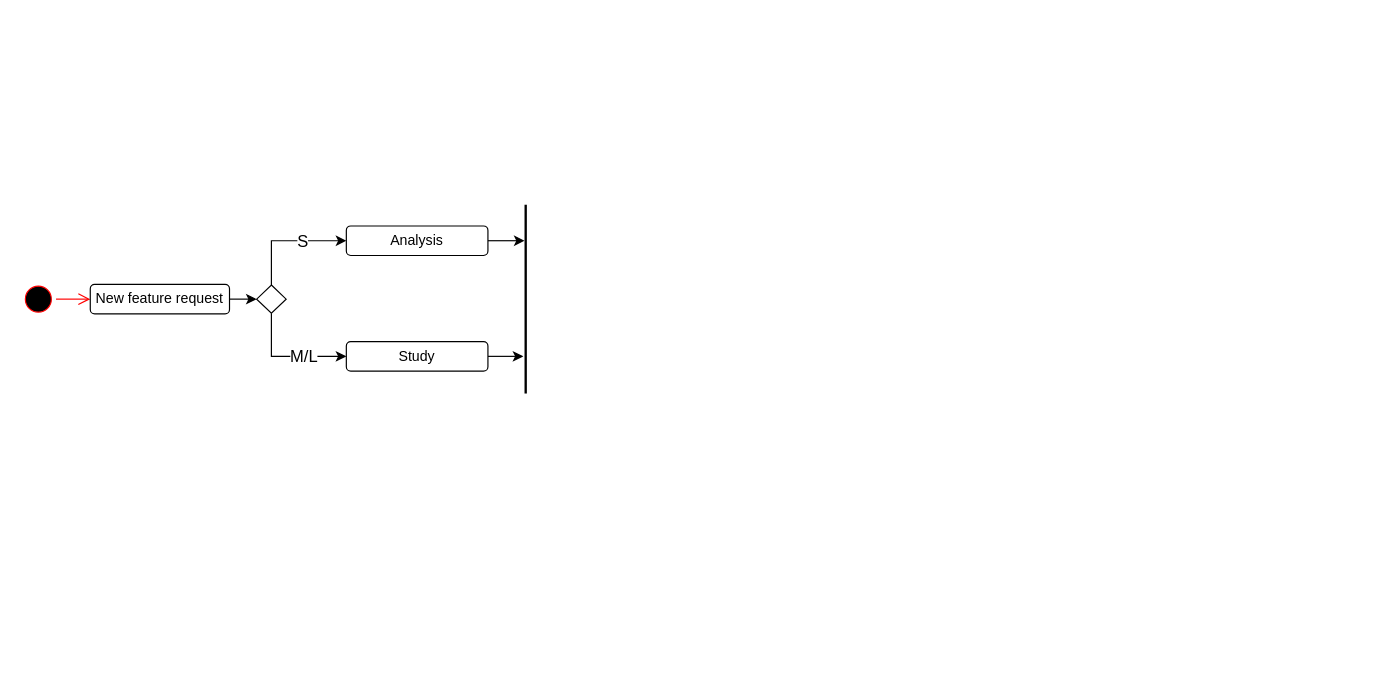
Above: aat_feat_dev.drawio in tamask1s/testrepo (draw.io), before the change. Source tidied: cells renumbered, new cells numbered last; positions are measured from the earlier drawing's top-left corner, leaving out a move shared by most shapes. Both pictures are drawn from the tidied source at 118%, with x=0, y=0 at pixel (20, 204).
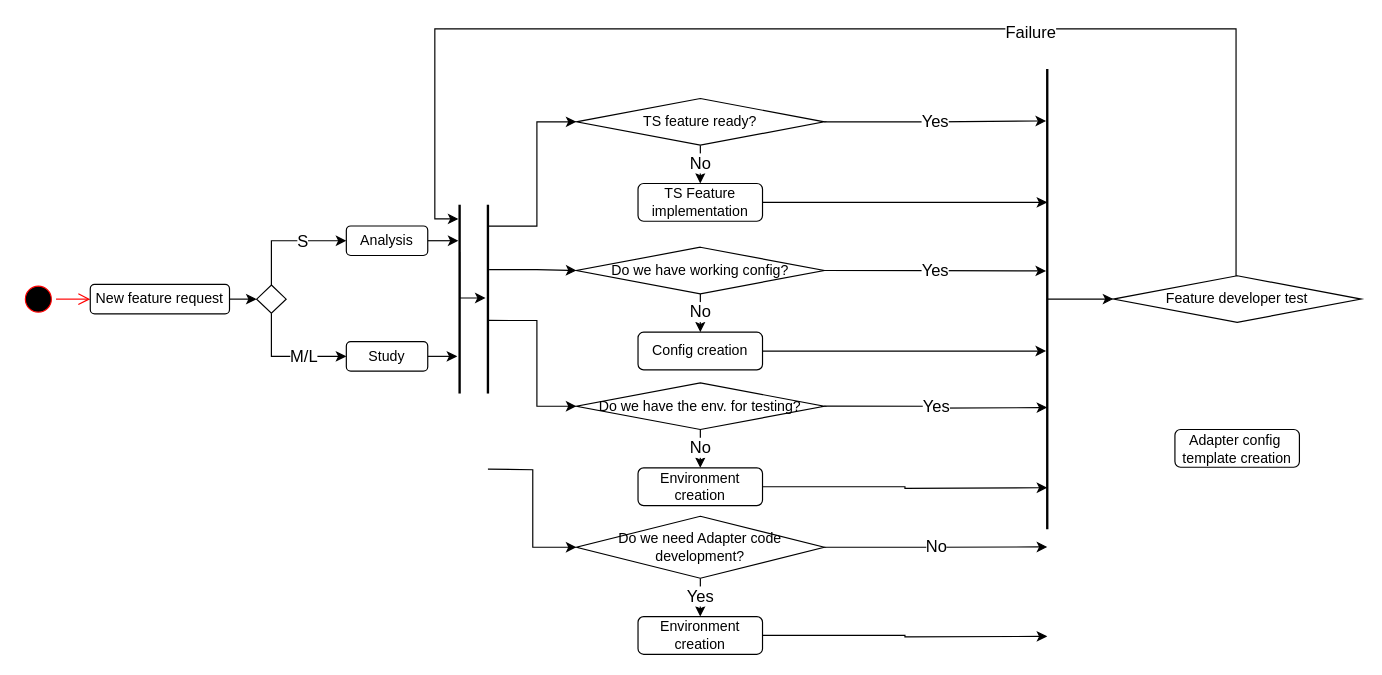
After the change.

The edit, as a diff of the source:
```diff
@@
     <mxCell id="7" value="Analysis" style="rounded=1;whiteSpace=wrap;html=1;" parent="1" vertex="1">
-      <mxGeometry x="276" y="18" width="120" height="25" as="geometry" />
+      <mxGeometry x="276" y="18" width="69" height="25" as="geometry" />
     </mxCell>
@@
     <mxCell id="9" value="Study" style="rounded=1;whiteSpace=wrap;html=1;" parent="1" vertex="1">
-      <mxGeometry x="276" y="116" width="120" height="25" as="geometry" />
+      <mxGeometry x="276" y="116" width="69" height="25" as="geometry" />
     </mxCell>
@@
+    <mxCell id="16" style="edgeStyle=orthogonalEdgeStyle;rounded=0;jettySize=auto;html=1;exitX=0.25;exitY=0.5;exitDx=0;exitDy=0;exitPerimeter=0;entryX=0.494;entryY=0.625;entryDx=0;entryDy=0;entryPerimeter=0;" parent="1" edge="1" source="15" target="22">
+      <mxGeometry relative="1" as="geometry">
+        <Array as="points">
+          <mxPoint x="372" y="79" />
+        </Array>
+      </mxGeometry>
+    </mxCell>
     <mxCell id="15" style="line;strokeWidth=2;direction=south;html=1;fontSize=14;" parent="1" vertex="1">
-      <mxGeometry x="423" width="10" height="160" as="geometry" />
+      <mxGeometry x="367" width="10" height="160" as="geometry" />
     </mxCell>
+    <mxCell id="17" style="edgeStyle=orthogonalEdgeStyle;rounded=0;jettySize=auto;html=1;entryX=0;entryY=0.5;entryDx=0;entryDy=0;exitX=0.113;exitY=0.5;exitDx=0;exitDy=0;exitPerimeter=0;" parent="1" edge="1" source="22" target="20">
+      <mxGeometry relative="1" as="geometry" />
+    </mxCell>
+    <mxCell id="18" value="Yes" style="edgeStyle=orthogonalEdgeStyle;rounded=0;jettySize=auto;html=1;exitX=1;exitY=0.5;exitDx=0;exitDy=0;entryX=0.182;entryY=0.6;entryDx=0;entryDy=0;entryPerimeter=0;fontSize=14;" parent="1" edge="1" source="20">
+      <mxGeometry relative="1" as="geometry">
+        <mxPoint x="869" y="-71" as="targetPoint" />
+      </mxGeometry>
+    </mxCell>
+    <mxCell id="19" value="No" style="edgeStyle=orthogonalEdgeStyle;rounded=0;jettySize=auto;html=1;exitX=0.5;exitY=1;exitDx=0;exitDy=0;entryX=0.5;entryY=0;entryDx=0;entryDy=0;fontSize=14;" parent="1" edge="1" source="20" target="26">
+      <mxGeometry relative="1" as="geometry" />
+    </mxCell>
+    <mxCell id="20" value="TS feature ready?" style="rhombus;whiteSpace=wrap;html=1;" parent="1" vertex="1">
+      <mxGeometry x="471" y="-90" width="210" height="39.5" as="geometry" />
+    </mxCell>
+    <mxCell id="21" style="edgeStyle=orthogonalEdgeStyle;rounded=0;jettySize=auto;html=1;exitX=0.344;exitY=0.438;exitDx=0;exitDy=0;exitPerimeter=0;entryX=0;entryY=0.5;entryDx=0;entryDy=0;fontSize=14;" parent="1" edge="1" source="22" target="29">
+      <mxGeometry relative="1" as="geometry" />
+    </mxCell>
+    <mxCell id="22" style="line;strokeWidth=2;direction=south;html=1;fontSize=14;" parent="1" vertex="1">
+      <mxGeometry x="388" width="16" height="160" as="geometry" />
+    </mxCell>
+    <mxCell id="23" style="edgeStyle=orthogonalEdgeStyle;rounded=0;jettySize=auto;html=1;exitX=0.5;exitY=0.5;exitDx=0;exitDy=0;exitPerimeter=0;entryX=0;entryY=0.5;entryDx=0;entryDy=0;fontSize=14;" parent="1" edge="1" source="24" target="40">
+      <mxGeometry relative="1" as="geometry" />
+    </mxCell>
+    <mxCell id="24" style="line;strokeWidth=2;direction=south;html=1;fontSize=14;" parent="1" vertex="1">
+      <mxGeometry x="865" y="-115" width="10" height="390" as="geometry" />
+    </mxCell>
+    <mxCell id="25" style="edgeStyle=orthogonalEdgeStyle;rounded=0;jettySize=auto;html=1;exitX=1;exitY=0.5;exitDx=0;exitDy=0;entryX=0.359;entryY=0.5;entryDx=0;entryDy=0;entryPerimeter=0;fontSize=14;" parent="1" edge="1" source="26">
+      <mxGeometry relative="1" as="geometry">
+        <mxPoint x="870" y="-2" as="targetPoint" />
+      </mxGeometry>
+    </mxCell>
+    <mxCell id="26" value="TS Feature implementation" style="rounded=1;whiteSpace=wrap;html=1;" parent="1" vertex="1">
+      <mxGeometry x="523.2" y="-18" width="105.5" height="32" as="geometry" />
+    </mxCell>
+    <mxCell id="27" value="Yes" style="edgeStyle=orthogonalEdgeStyle;rounded=0;jettySize=auto;html=1;exitX=1;exitY=0.5;exitDx=0;exitDy=0;entryX=0.508;entryY=0.6;entryDx=0;entryDy=0;entryPerimeter=0;fontSize=14;" parent="1" edge="1" source="29">
+      <mxGeometry relative="1" as="geometry">
+        <mxPoint x="869" y="56.1" as="targetPoint" />
+      </mxGeometry>
+    </mxCell>
+    <mxCell id="28" value="No" style="edgeStyle=orthogonalEdgeStyle;rounded=0;jettySize=auto;html=1;exitX=0.5;exitY=1;exitDx=0;exitDy=0;entryX=0.5;entryY=0;entryDx=0;entryDy=0;fontSize=14;" parent="1" edge="1" source="29" target="31">
+      <mxGeometry relative="1" as="geometry" />
+    </mxCell>
+    <mxCell id="29" value="Do we have working config?" style="rhombus;whiteSpace=wrap;html=1;" parent="1" vertex="1">
+      <mxGeometry x="471" y="36" width="210" height="39.5" as="geometry" />
+    </mxCell>
+    <mxCell id="30" style="edgeStyle=orthogonalEdgeStyle;rounded=0;jettySize=auto;html=1;exitX=1;exitY=0.5;exitDx=0;exitDy=0;entryX=0.682;entryY=0.6;entryDx=0;entryDy=0;entryPerimeter=0;fontSize=14;" parent="1" edge="1" source="31">
+      <mxGeometry relative="1" as="geometry">
+        <mxPoint x="869" y="124" as="targetPoint" />
+      </mxGeometry>
+    </mxCell>
+    <mxCell id="31" value="Config creation" style="rounded=1;whiteSpace=wrap;html=1;" parent="1" vertex="1">
+      <mxGeometry x="523.2" y="108" width="105.5" height="32" as="geometry" />
+    </mxCell>
+    <mxCell id="32" style="edgeStyle=orthogonalEdgeStyle;rounded=0;jettySize=auto;html=1;exitX=0.613;exitY=0.5;exitDx=0;exitDy=0;exitPerimeter=0;entryX=0;entryY=0.5;entryDx=0;entryDy=0;fontSize=14;" parent="1" edge="1" source="22" target="35">
+      <mxGeometry relative="1" as="geometry" />
+    </mxCell>
+    <mxCell id="33" value="Yes" style="edgeStyle=orthogonalEdgeStyle;rounded=0;jettySize=auto;html=1;exitX=1;exitY=0.5;exitDx=0;exitDy=0;entryX=0.805;entryY=0.5;entryDx=0;entryDy=0;entryPerimeter=0;fontSize=14;" parent="1" edge="1" source="35">
+      <mxGeometry relative="1" as="geometry">
+        <mxPoint x="870" y="171.9" as="targetPoint" />
+      </mxGeometry>
+    </mxCell>
+    <mxCell id="34" value="No" style="edgeStyle=orthogonalEdgeStyle;rounded=0;jettySize=auto;html=1;exitX=0.5;exitY=1;exitDx=0;exitDy=0;entryX=0.5;entryY=0;entryDx=0;entryDy=0;fontSize=14;" parent="1" edge="1" source="35" target="37">
+      <mxGeometry relative="1" as="geometry" />
+    </mxCell>
+    <mxCell id="35" value="Do we have the env. for testing?" style="rhombus;whiteSpace=wrap;html=1;" parent="1" vertex="1">
+      <mxGeometry x="471" y="151" width="210" height="39.5" as="geometry" />
+    </mxCell>
+    <mxCell id="36" style="edgeStyle=orthogonalEdgeStyle;rounded=0;jettySize=auto;html=1;exitX=1;exitY=0.5;exitDx=0;exitDy=0;entryX=0.979;entryY=0.5;entryDx=0;entryDy=0;entryPerimeter=0;fontSize=14;" parent="1" edge="1" source="37">
+      <mxGeometry relative="1" as="geometry">
+        <mxPoint x="870" y="239.8" as="targetPoint" />
+      </mxGeometry>
+    </mxCell>
+    <mxCell id="37" value="Environment creation" style="rounded=1;whiteSpace=wrap;html=1;" parent="1" vertex="1">
+      <mxGeometry x="523.2" y="223" width="105.5" height="32" as="geometry" />
+    </mxCell>
+    <mxCell id="38" style="edgeStyle=orthogonalEdgeStyle;rounded=0;jettySize=auto;html=1;exitX=0.5;exitY=0;exitDx=0;exitDy=0;entryX=0.075;entryY=0.6;entryDx=0;entryDy=0;entryPerimeter=0;fontSize=14;" parent="1" edge="1" source="40" target="15">
+      <mxGeometry relative="1" as="geometry">
+        <Array as="points">
+          <mxPoint x="1030" y="-149" />
+          <mxPoint x="351" y="-149" />
+          <mxPoint x="351" y="12" />
+        </Array>
+      </mxGeometry>
+    </mxCell>
+    <mxCell id="39" value="Failure" style="edgeLabel;html=1;align=center;verticalAlign=middle;fontSize=14;" parent="38" vertex="1">
+      <mxGeometry x="-0.28" y="2" relative="1" as="geometry" />
+    </mxCell>
+    <mxCell id="40" value="Feature developer test" style="rhombus;whiteSpace=wrap;html=1;" parent="1" vertex="1">
+      <mxGeometry x="926" y="60.2" width="210" height="39.5" as="geometry" />
+    </mxCell>
+    <mxCell id="41" value="Adapter config&amp;nbsp; template creation" style="rounded=1;whiteSpace=wrap;html=1;" parent="1" vertex="1">
+      <mxGeometry x="978.2" y="190.5" width="105.5" height="32" as="geometry" />
+    </mxCell>
+    <mxCell id="42" style="edgeStyle=orthogonalEdgeStyle;rounded=0;jettySize=auto;html=1;exitX=0.613;exitY=0.5;exitDx=0;exitDy=0;exitPerimeter=0;entryX=0;entryY=0.5;entryDx=0;entryDy=0;fontSize=14;" parent="1" edge="1" target="45">
+      <mxGeometry relative="1" as="geometry">
+        <mxPoint x="396" y="224.1" as="sourcePoint" />
+      </mxGeometry>
+    </mxCell>
+    <mxCell id="43" value="No" style="edgeStyle=orthogonalEdgeStyle;rounded=0;jettySize=auto;html=1;exitX=1;exitY=0.5;exitDx=0;exitDy=0;fontSize=14;" parent="1" edge="1" source="45">
+      <mxGeometry relative="1" as="geometry">
+        <mxPoint x="870" y="290" as="targetPoint" />
+      </mxGeometry>
+    </mxCell>
+    <mxCell id="44" value="Yes" style="edgeStyle=orthogonalEdgeStyle;rounded=0;jettySize=auto;html=1;exitX=0.5;exitY=1;exitDx=0;exitDy=0;entryX=0.5;entryY=0;entryDx=0;entryDy=0;fontSize=14;" parent="1" edge="1" source="45" target="47">
+      <mxGeometry relative="1" as="geometry" />
+    </mxCell>
+    <mxCell id="45" value="Do we need Adapter code development?" style="rhombus;whiteSpace=wrap;html=1;" parent="1" vertex="1">
+      <mxGeometry x="471" y="264" width="210" height="52.5" as="geometry" />
+    </mxCell>
+    <mxCell id="46" style="edgeStyle=orthogonalEdgeStyle;rounded=0;jettySize=auto;html=1;exitX=1;exitY=0.5;exitDx=0;exitDy=0;entryX=0.979;entryY=0.5;entryDx=0;entryDy=0;entryPerimeter=0;fontSize=14;" parent="1" edge="1" source="47">
+      <mxGeometry relative="1" as="geometry">
+        <mxPoint x="870" y="365.8" as="targetPoint" />
+      </mxGeometry>
+    </mxCell>
+    <mxCell id="47" value="Environment creation" style="rounded=1;whiteSpace=wrap;html=1;" parent="1" vertex="1">
+      <mxGeometry x="523.2" y="349" width="105.5" height="32" as="geometry" />
+    </mxCell>
```
